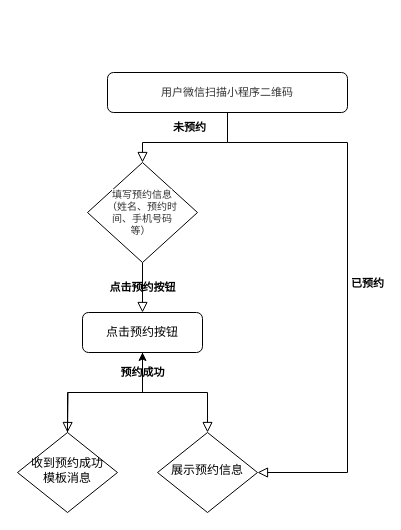
The draw.io diagram 预约小程序.drawio in yisqiu/SimpleMap-wx, before the edit. Source tidied: cells renumbered, new cells numbered last; positions are measured from the earlier drawing's top-left corner, leaving out a move shared by most shapes. Both pictures are drawn from the tidied source at 100%, with x=0, y=0 at pixel (17, 72).
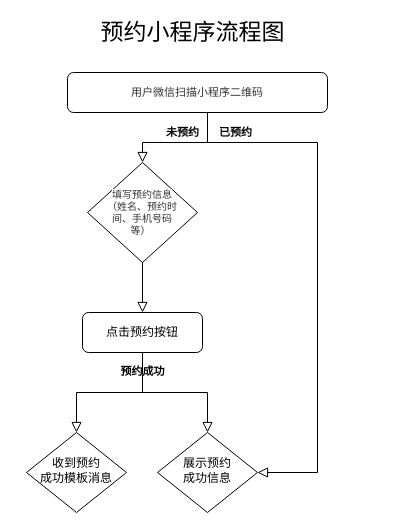
The same diagram, later.

Commit message (it also covers changes not shown here):
Update 预约小程序.drawio

What changed in the source:
```diff
@@
 <mxGraphModel>
   <root>
     <mxCell id="0" />
     <mxCell id="1" parent="0" />
     <mxCell id="2" value="&lt;span style=&quot;color: rgb(51, 51, 51); font-size: 11px; background-color: rgb(255, 255, 255);&quot;&gt;用户微信扫描小程序二维码&lt;/span&gt;" style="rounded=1;whiteSpace=wrap;html=1;fontSize=11;glass=0;strokeWidth=1;shadow=0;" parent="1" vertex="1">
-      <mxGeometry x="90" width="240" height="40" as="geometry" />
+      <mxGeometry x="50" width="260" height="40" as="geometry" />
     </mxCell>
-    <mxCell id="3" value="点击预约按钮" style="rounded=0;html=1;jettySize=auto;fontSize=11;endArrow=block;endFill=0;endSize=8;strokeWidth=1;shadow=0;labelBackgroundColor=none;edgeStyle=orthogonalEdgeStyle;fontStyle=1;entryX=0.5;entryY=0;entryDx=0;entryDy=0;" parent="1" edge="1" source="5" target="6">
+    <mxCell id="3" style="rounded=0;html=1;jettySize=auto;fontSize=11;endArrow=block;endFill=0;endSize=8;strokeWidth=1;shadow=0;labelBackgroundColor=none;edgeStyle=orthogonalEdgeStyle;fontStyle=1;entryX=0.5;entryY=0;entryDx=0;entryDy=0;" parent="1" edge="1" source="5" target="6">
       <mxGeometry relative="1" as="geometry" />
     </mxCell>
     <mxCell id="4" value="未预约" style="edgeStyle=orthogonalEdgeStyle;rounded=0;html=1;jettySize=auto;fontSize=11;endArrow=block;endFill=0;endSize=8;strokeWidth=1;shadow=0;labelBackgroundColor=none;exitX=0.5;exitY=1;exitDx=0;exitDy=0;entryX=0.5;entryY=0;entryDx=0;entryDy=0;fontStyle=1;" parent="1" edge="1" source="2" target="5">
-      <mxGeometry y="-15" relative="1" as="geometry">
+      <mxGeometry x="0.04" y="-10" relative="1" as="geometry">
         <Array as="points">
-          <mxPoint x="210" y="70" />
+          <mxPoint x="190" y="40" />
+          <mxPoint x="190" y="70" />
           <mxPoint x="125" y="70" />
         </Array>
       </mxGeometry>
     </mxCell>
     <mxCell id="5" value="&lt;span style=&quot;color: rgb(51 , 51 , 51) ; background-color: rgb(255 , 255 , 255) ; font-size: 10px&quot;&gt;填写预约信息&lt;br&gt;（姓名、预约时间、手机号码等）&amp;nbsp;&lt;/span&gt;" style="rhombus;whiteSpace=wrap;html=1;shadow=0;fontFamily=Helvetica;fontSize=10;align=center;strokeWidth=1;spacing=10;spacingTop=10;spacingLeft=10;spacingBottom=10;spacingRight=10;" parent="1" vertex="1">
       <mxGeometry x="70" y="90" width="110" height="100" as="geometry" />
     </mxCell>
     <mxCell id="6" value="点击预约按钮" style="rounded=1;whiteSpace=wrap;html=1;fontSize=12;glass=0;strokeWidth=1;shadow=0;" parent="1" vertex="1">
       <mxGeometry x="65" y="240" width="120" height="40" as="geometry" />
     </mxCell>
-    <mxCell id="7" value="预约成功" style="edgeStyle=orthogonalEdgeStyle;rounded=0;html=1;jettySize=auto;fontSize=11;endArrow=block;endFill=0;endSize=8;strokeWidth=1;shadow=0;labelBackgroundColor=none;exitX=0.5;exitY=1;exitDx=0;exitDy=0;fontStyle=1;entryX=0.5;entryY=0;entryDx=0;entryDy=0;" parent="1" edge="1" source="6">
-      <mxGeometry x="-0.74" relative="1" as="geometry">
-        <mxPoint x="50" y="360" as="targetPoint" />
-      </mxGeometry>
-    </mxCell>
     <mxCell id="8" style="edgeStyle=orthogonalEdgeStyle;rounded=0;html=1;jettySize=auto;fontSize=11;endArrow=block;endFill=0;endSize=8;strokeWidth=1;shadow=0;labelBackgroundColor=none;fontStyle=1;exitX=0.5;exitY=1;exitDx=0;exitDy=0;entryX=0.5;entryY=0;entryDx=0;entryDy=0;" parent="1" edge="1" source="6" target="12">
       <mxGeometry x="0.03" y="20" relative="1" as="geometry" />
     </mxCell>
     <mxCell id="9" value="已预约" style="edgeStyle=orthogonalEdgeStyle;rounded=0;html=1;jettySize=auto;fontSize=11;endArrow=block;endFill=0;endSize=8;strokeWidth=1;shadow=0;labelBackgroundColor=none;exitX=0.5;exitY=1;exitDx=0;exitDy=0;fontStyle=1;entryX=1;entryY=0.5;entryDx=0;entryDy=0;" parent="1" edge="1" source="2" target="12">
-      <mxGeometry x="0.02" y="20" relative="1" as="geometry">
+      <mxGeometry x="-0.75" y="10" relative="1" as="geometry">
         <Array as="points">
-          <mxPoint x="210" y="70" />
-          <mxPoint x="330" y="70" />
-          <mxPoint x="330" y="400" />
+          <mxPoint x="190" y="40" />
+          <mxPoint x="190" y="70" />
+          <mxPoint x="300" y="70" />
+          <mxPoint x="300" y="400" />
         </Array>
       </mxGeometry>
     </mxCell>
-    <mxCell id="10" style="edgeStyle=orthogonalEdgeStyle;rounded=0;jettySize=auto;html=1;fontSize=10;exitX=0.5;exitY=0;exitDx=0;exitDy=0;" parent="1" edge="1" source="11" target="6">
-      <mxGeometry relative="1" as="geometry" />
-    </mxCell>
-    <mxCell id="11" value="收到预约成功&lt;br&gt;模板消息" style="rhombus;whiteSpace=wrap;html=1;shadow=0;fontFamily=Helvetica;fontSize=12;align=center;strokeWidth=1;spacing=6;spacingTop=-4;" parent="1" vertex="1">
-      <mxGeometry y="360" width="100" height="80" as="geometry" />
+    <mxCell id="11" value="收到预约&lt;br&gt;成功模板消息" style="rhombus;whiteSpace=wrap;html=1;shadow=0;fontFamily=Helvetica;fontSize=12;align=center;strokeWidth=1;spacing=6;spacingTop=-4;" parent="1" vertex="1">
+      <mxGeometry x="9" y="360" width="100" height="80" as="geometry" />
     </mxCell>
-    <mxCell id="12" value="展示预约信息" style="rhombus;whiteSpace=wrap;html=1;shadow=0;fontFamily=Helvetica;fontSize=12;align=center;strokeWidth=1;spacing=6;spacingTop=-4;" parent="1" vertex="1">
+    <mxCell id="12" value="展示预约&lt;br&gt;成功信息" style="rhombus;whiteSpace=wrap;html=1;shadow=0;fontFamily=Helvetica;fontSize=12;align=center;strokeWidth=1;spacing=6;spacingTop=-4;" parent="1" vertex="1">
       <mxGeometry x="140" y="360" width="100" height="80" as="geometry" />
     </mxCell>
+    <mxCell id="7" value="预约成功" style="edgeStyle=orthogonalEdgeStyle;rounded=0;html=1;jettySize=auto;fontSize=11;endArrow=block;endFill=0;endSize=8;strokeWidth=1;shadow=0;labelBackgroundColor=none;fontStyle=1;entryX=0.5;entryY=0;entryDx=0;entryDy=0;exitX=0.5;exitY=1;exitDx=0;exitDy=0;" parent="1" edge="1" source="6" target="11">
+      <mxGeometry x="-0.74" relative="1" as="geometry" />
+    </mxCell>
+    <mxCell id="13" value="预约小程序流程图" style="text;html=1;align=center;verticalAlign=middle;fontSize=23;fontStyle=0;" parent="1" vertex="1">
+      <mxGeometry x="75" y="-55" width="200" height="30" as="geometry" />
+    </mxCell>
   </root>
 </mxGraphModel>
```
